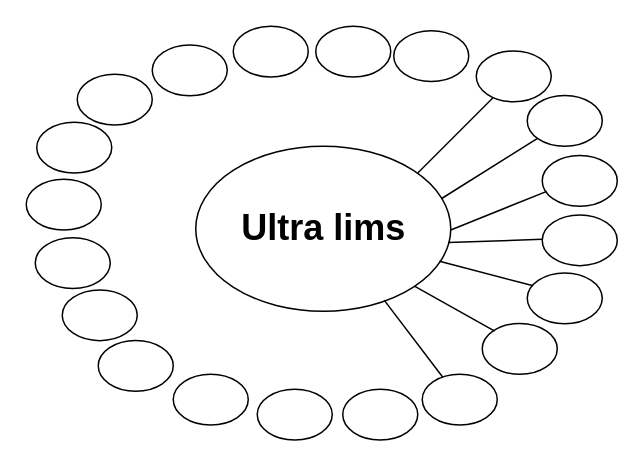
Above: mapa_mental.drawio in gumartins03/mapa_mental (draw.io), before the change. Source tidied: cells renumbered, new cells numbered last; positions are measured from the earlier drawing's top-left corner, leaving out a move shared by most shapes. Both pictures are drawn from the tidied source at 150%, with x=0, y=0 at pixel (26, 26).
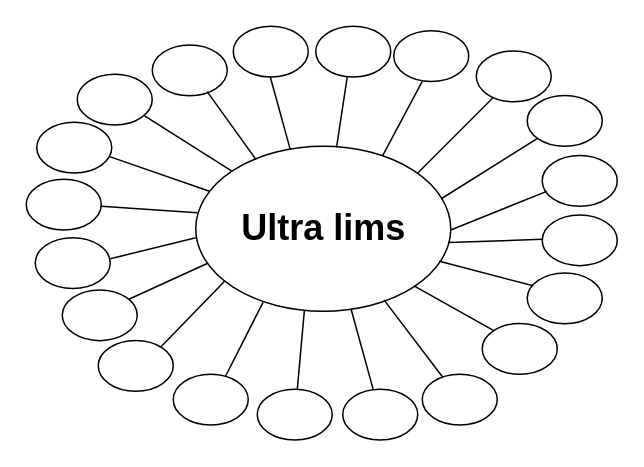
The same page after the edit.

The change refers to these unchanged cells:
```xml
<mxCell id="2" style="ellipse;whiteSpace=wrap;html=1;" parent="1" vertex="1">
  <mxGeometry x="113" y="80" width="170" height="110" as="geometry" />
</mxCell>
<mxCell id="11" style="ellipse;whiteSpace=wrap;html=1;" parent="1" vertex="1">
  <mxGeometry x="211" y="242" width="50" height="33.8" as="geometry" />
</mxCell>
<mxCell id="12" style="ellipse;whiteSpace=wrap;html=1;" parent="1" vertex="1">
  <mxGeometry x="154" y="242" width="50" height="33.8" as="geometry" />
</mxCell>
<mxCell id="13" style="ellipse;whiteSpace=wrap;html=1;" parent="1" vertex="1">
  <mxGeometry x="98" y="232" width="50" height="33.8" as="geometry" />
</mxCell>
<mxCell id="15" style="ellipse;whiteSpace=wrap;html=1;" parent="1" vertex="1">
  <mxGeometry x="24" y="175.8" width="50" height="33.8" as="geometry" />
</mxCell>
```

Diff of the diagram source:
```diff
@@
+    <mxCell id="31" style="endArrow=none;html=1;rounded=0;exitX=0.404;exitY=-0.008;exitDx=0;exitDy=0;exitPerimeter=0;entryX=0.609;entryY=0.986;entryDx=0;entryDy=0;entryPerimeter=0;" parent="1" edge="1" source="11" target="2">
+      <mxGeometry relative="1" as="geometry" />
+    </mxCell>
+    <mxCell id="32" style="endArrow=none;html=1;rounded=0;entryX=0.426;entryY=0.995;entryDx=0;entryDy=0;entryPerimeter=0;exitX=0.534;exitY=-0.001;exitDx=0;exitDy=0;exitPerimeter=0;" parent="1" edge="1" source="12" target="2">
+      <mxGeometry relative="1" as="geometry" />
+    </mxCell>
+    <mxCell id="33" style="endArrow=none;html=1;rounded=0;exitX=0.264;exitY=0.946;exitDx=0;exitDy=0;exitPerimeter=0;entryX=0.692;entryY=0.054;entryDx=0;entryDy=0;entryPerimeter=0;" parent="1" edge="1" source="2" target="13">
+      <mxGeometry relative="1" as="geometry" />
+    </mxCell>
+    <mxCell id="34" style="endArrow=none;html=1;rounded=0;exitX=0.104;exitY=0.823;exitDx=0;exitDy=0;exitPerimeter=0;entryX=0.692;entryY=0.054;entryDx=0;entryDy=0;entryPerimeter=0;" parent="1" edge="1">
+      <mxGeometry relative="1" as="geometry">
+        <mxPoint x="132.7" y="169.5" as="sourcePoint" />
+        <mxPoint x="90" y="213.5" as="targetPoint" />
+      </mxGeometry>
+    </mxCell>
+    <mxCell id="35" style="endArrow=none;html=1;rounded=0;exitX=0.047;exitY=0.709;exitDx=0;exitDy=0;exitPerimeter=0;entryX=0.888;entryY=0.184;entryDx=0;entryDy=0;entryPerimeter=0;" parent="1" edge="1" source="2" target="15">
+      <mxGeometry relative="1" as="geometry" />
+    </mxCell>
+    <mxCell id="36" style="endArrow=none;html=1;rounded=0;exitX=0;exitY=0.555;exitDx=0;exitDy=0;exitPerimeter=0;entryX=0.888;entryY=0.184;entryDx=0;entryDy=0;entryPerimeter=0;" parent="1" edge="1" source="2">
+      <mxGeometry relative="1" as="geometry">
+        <mxPoint x="56" y="155" as="targetPoint" />
+      </mxGeometry>
+    </mxCell>
+    <mxCell id="37" style="endArrow=none;html=1;rounded=0;exitX=0.006;exitY=0.403;exitDx=0;exitDy=0;exitPerimeter=0;entryX=0.888;entryY=0.184;entryDx=0;entryDy=0;entryPerimeter=0;" parent="1" edge="1" source="2">
+      <mxGeometry relative="1" as="geometry">
+        <mxPoint x="50" y="120" as="targetPoint" />
+      </mxGeometry>
+    </mxCell>
+    <mxCell id="38" style="endArrow=none;html=1;rounded=0;entryX=0.991;entryY=0.649;entryDx=0;entryDy=0;entryPerimeter=0;" parent="1" edge="1">
+      <mxGeometry relative="1" as="geometry">
+        <mxPoint x="122.1" y="110" as="sourcePoint" />
+        <mxPoint x="55.6" y="86.9" as="targetPoint" />
+      </mxGeometry>
+    </mxCell>
+    <mxCell id="39" style="endArrow=none;html=1;rounded=0;entryX=0.897;entryY=0.825;entryDx=0;entryDy=0;entryPerimeter=0;" parent="1" edge="1">
+      <mxGeometry relative="1" as="geometry">
+        <mxPoint x="137.1" y="96.6" as="sourcePoint" />
+        <mxPoint x="78.9" y="59.8" as="targetPoint" />
+      </mxGeometry>
+    </mxCell>
+    <mxCell id="40" style="endArrow=none;html=1;rounded=0;entryX=0.772;entryY=0.921;entryDx=0;entryDy=0;entryPerimeter=0;exitX=0.248;exitY=0.081;exitDx=0;exitDy=0;exitPerimeter=0;" parent="1" edge="1">
+      <mxGeometry relative="1" as="geometry">
+        <mxPoint x="153.2" y="88.9" as="sourcePoint" />
+        <mxPoint x="120.6" y="43.6" as="targetPoint" />
+      </mxGeometry>
+    </mxCell>
+    <mxCell id="41" style="endArrow=none;html=1;rounded=0;entryX=0.772;entryY=0.921;entryDx=0;entryDy=0;entryPerimeter=0;exitX=0.371;exitY=0.022;exitDx=0;exitDy=0;exitPerimeter=0;" parent="1" edge="1" source="2">
+      <mxGeometry relative="1" as="geometry">
+        <mxPoint x="162.7" y="33.8" as="targetPoint" />
+      </mxGeometry>
+    </mxCell>
+    <mxCell id="42" style="endArrow=none;html=1;rounded=0;entryX=0.772;entryY=0.921;entryDx=0;entryDy=0;entryPerimeter=0;exitX=0.552;exitY=0.009;exitDx=0;exitDy=0;exitPerimeter=0;" parent="1" edge="1" source="2">
+      <mxGeometry relative="1" as="geometry">
+        <mxPoint x="214" y="33.8" as="targetPoint" />
+      </mxGeometry>
+    </mxCell>
+    <mxCell id="43" style="endArrow=none;html=1;rounded=0;entryX=0.772;entryY=0.921;entryDx=0;entryDy=0;entryPerimeter=0;exitX=0.734;exitY=0.054;exitDx=0;exitDy=0;exitPerimeter=0;" parent="1" edge="1" source="2">
+      <mxGeometry relative="1" as="geometry">
+        <mxPoint x="264" y="36.8" as="targetPoint" />
+      </mxGeometry>
+    </mxCell>
```
